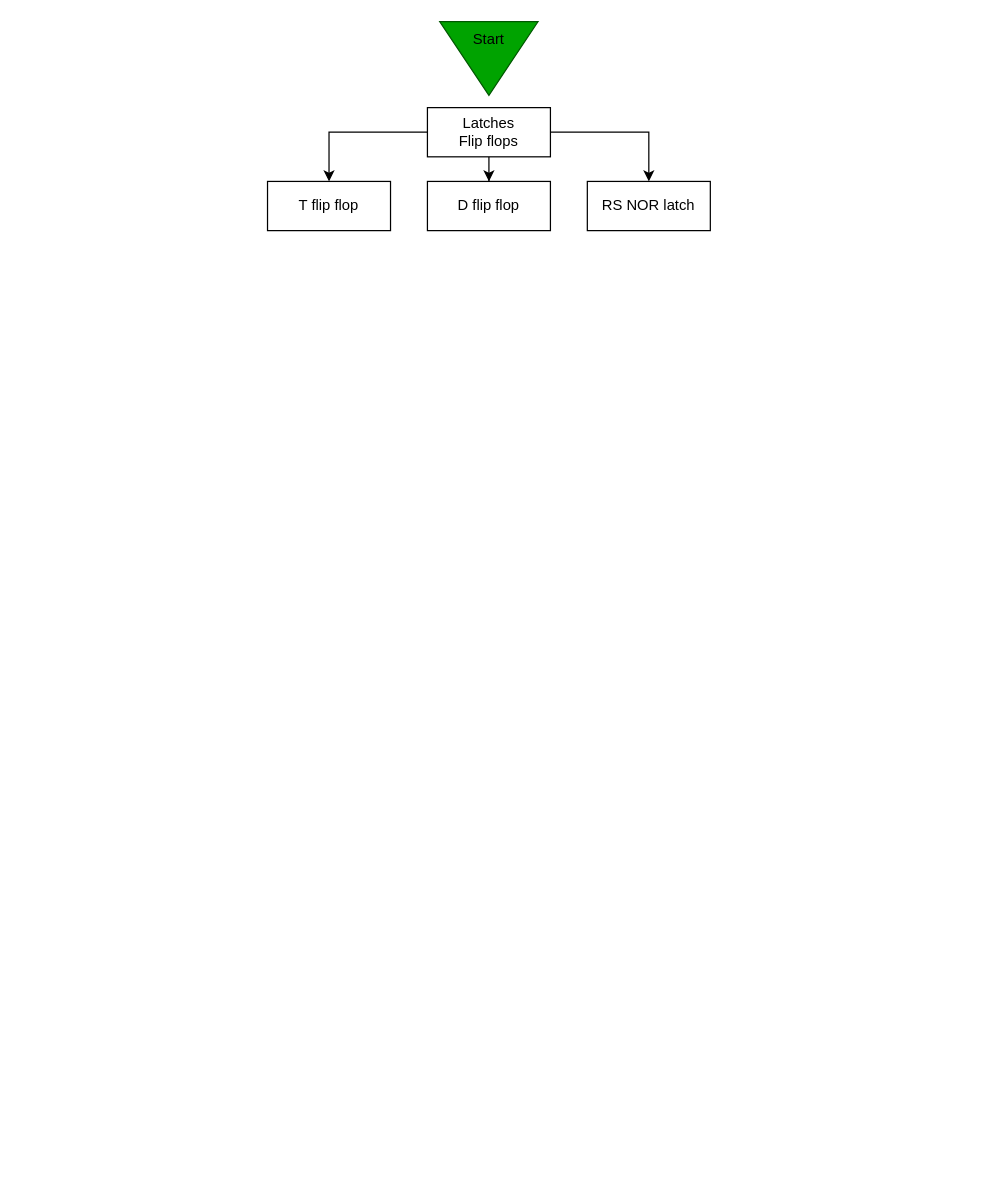
This is page "Latches" (4 of 5) of Lesson Diagram.drawio from Kuggo/UnivOREsity, a draw.io file, before an edit. Source tidied: cells renumbered, new cells numbered last; positions are measured from the earlier drawing's top-left corner, leaving out a move shared by most shapes. Both pictures are drawn from the tidied source at 123%, with x=0, y=0 at pixel (267, 9).
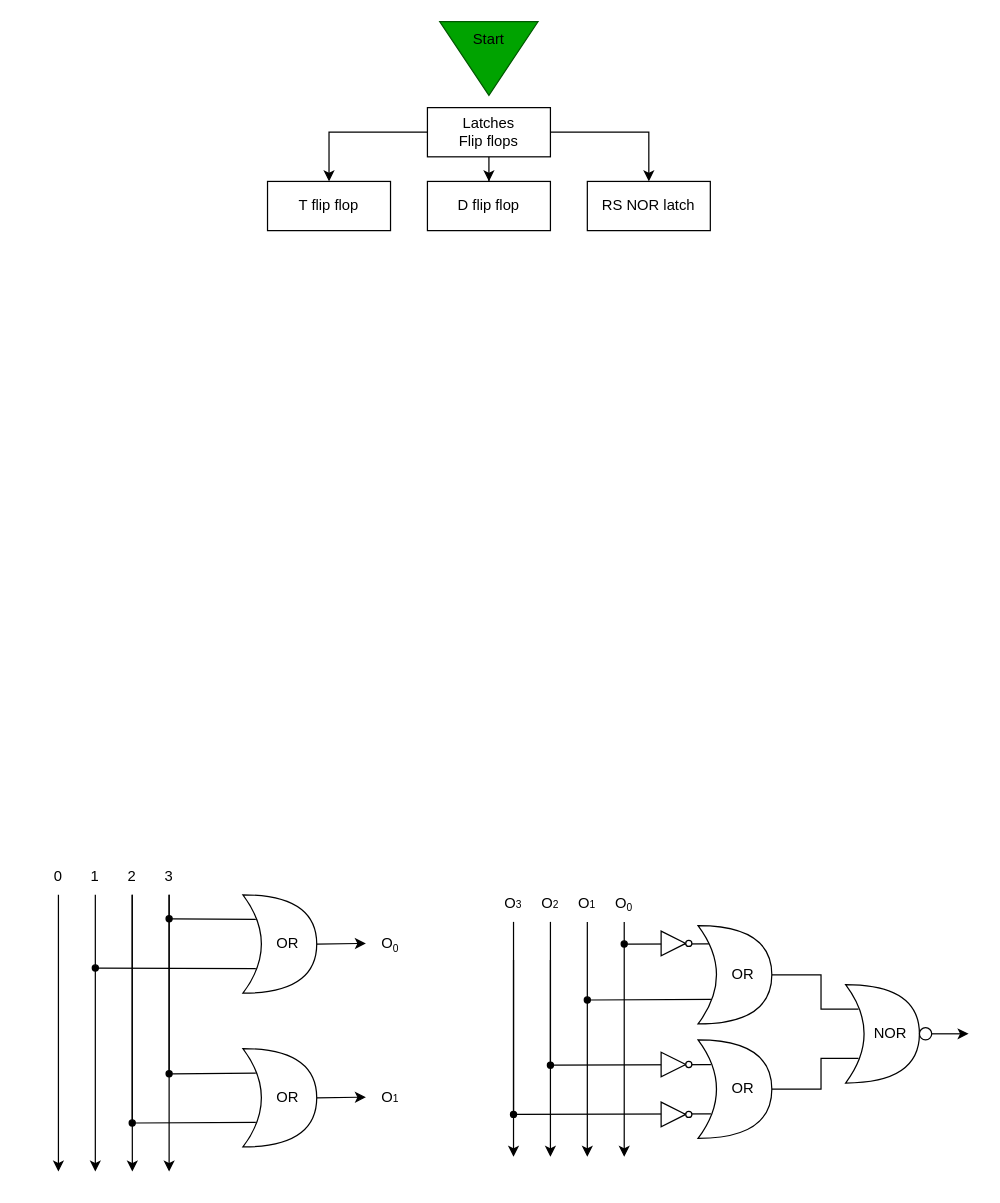
After the change.

Change to the diagram source:
```diff
@@
+    <mxCell id="11" style="edgeStyle=orthogonalEdgeStyle;rounded=0;jettySize=auto;html=1;exitX=1;exitY=0.5;exitDx=0;exitDy=0;exitPerimeter=0;" parent="1" edge="1" source="12">
+      <mxGeometry relative="1" as="geometry">
+        <mxPoint x="80" y="759.5" as="targetPoint" />
+      </mxGeometry>
+    </mxCell>
+    <mxCell id="12" value="&amp;nbsp; &amp;nbsp; OR" style="shape=xor;whiteSpace=wrap;html=1;" parent="1" vertex="1">
+      <mxGeometry x="-20" y="720" width="60" height="80" as="geometry" />
+    </mxCell>
+    <mxCell id="13" style="edgeStyle=orthogonalEdgeStyle;rounded=0;jettySize=auto;html=1;" parent="1" edge="1" source="14">
+      <mxGeometry relative="1" as="geometry">
+        <mxPoint x="-170" y="945" as="targetPoint" />
+      </mxGeometry>
+    </mxCell>
+    <mxCell id="14" value="0" style="text;html=1;strokeColor=none;fillColor=none;align=center;verticalAlign=middle;whiteSpace=wrap;rounded=0;" parent="1" vertex="1">
+      <mxGeometry x="-200" y="690" width="60" height="30" as="geometry" />
+    </mxCell>
+    <mxCell id="15" style="edgeStyle=orthogonalEdgeStyle;rounded=0;jettySize=auto;html=1;startArrow=none;" parent="1" edge="1" source="24">
+      <mxGeometry relative="1" as="geometry">
+        <mxPoint x="-140" y="945" as="targetPoint" />
+      </mxGeometry>
+    </mxCell>
+    <mxCell id="16" value="1" style="text;html=1;strokeColor=none;fillColor=none;align=center;verticalAlign=middle;whiteSpace=wrap;rounded=0;" parent="1" vertex="1">
+      <mxGeometry x="-170" y="690" width="60" height="30" as="geometry" />
+    </mxCell>
+    <mxCell id="17" value="2" style="text;html=1;strokeColor=none;fillColor=none;align=center;verticalAlign=middle;whiteSpace=wrap;rounded=0;" parent="1" vertex="1">
+      <mxGeometry x="-140" y="690" width="60" height="30" as="geometry" />
+    </mxCell>
+    <mxCell id="18" style="edgeStyle=orthogonalEdgeStyle;rounded=0;jettySize=auto;html=1;exitX=0;exitY=1;exitDx=0;exitDy=0;" parent="1" edge="1" source="20">
+      <mxGeometry relative="1" as="geometry">
+        <mxPoint x="-109.9" y="945" as="targetPoint" />
+      </mxGeometry>
+    </mxCell>
+    <mxCell id="19" style="edgeStyle=orthogonalEdgeStyle;rounded=0;jettySize=auto;html=1;" parent="1" edge="1" source="20">
+      <mxGeometry relative="1" as="geometry">
+        <mxPoint x="-80" y="945" as="targetPoint" />
+      </mxGeometry>
+    </mxCell>
+    <mxCell id="20" value="3" style="text;html=1;strokeColor=none;fillColor=none;align=center;verticalAlign=middle;whiteSpace=wrap;rounded=0;" parent="1" vertex="1">
+      <mxGeometry x="-110" y="690" width="60" height="30" as="geometry" />
+    </mxCell>
+    <mxCell id="21" style="edgeStyle=orthogonalEdgeStyle;rounded=0;jettySize=auto;html=1;exitX=1;exitY=0.5;exitDx=0;exitDy=0;exitPerimeter=0;" parent="1" edge="1" source="22">
+      <mxGeometry relative="1" as="geometry">
+        <mxPoint x="80" y="884.5" as="targetPoint" />
+      </mxGeometry>
+    </mxCell>
+    <mxCell id="22" value="&amp;nbsp; &amp;nbsp; OR" style="shape=xor;whiteSpace=wrap;html=1;" parent="1" vertex="1">
+      <mxGeometry x="-20" y="845" width="60" height="80" as="geometry" />
+    </mxCell>
+    <mxCell id="23" style="edgeStyle=orthogonalEdgeStyle;rounded=0;jettySize=auto;html=1;endArrow=none;" parent="1" edge="1" source="16" target="24">
+      <mxGeometry relative="1" as="geometry" />
+    </mxCell>
+    <mxCell id="24" style="ellipse;whiteSpace=wrap;html=1;labelBackgroundColor=none;fillColor=#000000;" parent="1" vertex="1">
+      <mxGeometry x="-142.5" y="777" width="5" height="5" as="geometry" />
+    </mxCell>
+    <mxCell id="25" style="edgeStyle=orthogonalEdgeStyle;rounded=0;jettySize=auto;html=1;entryX=0.175;entryY=0.25;entryDx=0;entryDy=0;entryPerimeter=0;endArrow=none;" parent="1" edge="1" source="20" target="27">
+      <mxGeometry relative="1" as="geometry">
+        <Array as="points">
+          <mxPoint x="-80" y="866" />
+        </Array>
+      </mxGeometry>
+    </mxCell>
+    <mxCell id="26" style="ellipse;whiteSpace=wrap;html=1;fillColor=#000000;" parent="1" vertex="1">
+      <mxGeometry x="-82.5" y="737" width="5" height="5" as="geometry" />
+    </mxCell>
+    <mxCell id="27" style="ellipse;whiteSpace=wrap;html=1;fillColor=#000000;" parent="1" vertex="1">
+      <mxGeometry x="-82.5" y="863" width="5" height="5" as="geometry" />
+    </mxCell>
+    <mxCell id="28" style="edgeStyle=orthogonalEdgeStyle;rounded=0;jettySize=auto;html=1;entryX=0.5;entryY=0;entryDx=0;entryDy=0;endArrow=none;" parent="1" edge="1" source="17" target="29">
+      <mxGeometry relative="1" as="geometry" />
+    </mxCell>
+    <mxCell id="29" style="ellipse;whiteSpace=wrap;html=1;fillColor=#000000;" parent="1" vertex="1">
+      <mxGeometry x="-112.5" y="903" width="5" height="5" as="geometry" />
+    </mxCell>
+    <mxCell id="30" value="O&lt;span style=&quot;font-size: 10px;&quot;&gt;&lt;sub&gt;0&lt;/sub&gt;&lt;/span&gt;" style="text;html=1;strokeColor=none;fillColor=none;align=center;verticalAlign=middle;whiteSpace=wrap;rounded=0;" parent="1" vertex="1">
+      <mxGeometry x="70" y="745" width="60" height="30" as="geometry" />
+    </mxCell>
+    <mxCell id="31" value="O&lt;span style=&quot;font-size: 8.33333px;&quot;&gt;1&lt;/span&gt;" style="text;html=1;strokeColor=none;fillColor=none;align=center;verticalAlign=middle;whiteSpace=wrap;rounded=0;" parent="1" vertex="1">
+      <mxGeometry x="70" y="870" width="60" height="30" as="geometry" />
+    </mxCell>
+    <mxCell id="32" value="&amp;nbsp; &amp;nbsp; NOR" style="shape=xor;whiteSpace=wrap;html=1;" parent="1" vertex="1">
+      <mxGeometry x="470" y="793" width="60" height="80" as="geometry" />
+    </mxCell>
+    <mxCell id="33" style="endArrow=none;html=1;rounded=0;entryX=0.175;entryY=0.75;entryDx=0;entryDy=0;entryPerimeter=0;exitX=1;exitY=0.5;exitDx=0;exitDy=0;exitPerimeter=0;" parent="1" edge="1" source="38" target="32">
+      <mxGeometry relative="1" as="geometry">
+        <Array as="points">
+          <mxPoint x="450" y="878" />
+          <mxPoint x="450" y="853" />
+        </Array>
+      </mxGeometry>
+    </mxCell>
+    <mxCell id="34" style="endArrow=none;html=1;rounded=0;exitX=1;exitY=0.5;exitDx=0;exitDy=0;exitPerimeter=0;entryX=0.175;entryY=0.25;entryDx=0;entryDy=0;entryPerimeter=0;" parent="1" edge="1" source="37" target="32">
+      <mxGeometry relative="1" as="geometry">
+        <Array as="points">
+          <mxPoint x="450" y="785" />
+          <mxPoint x="450" y="813" />
+        </Array>
+      </mxGeometry>
+    </mxCell>
+    <mxCell id="35" style="edgeStyle=orthogonalEdgeStyle;rounded=0;jettySize=auto;html=1;exitX=1;exitY=0.5;exitDx=0;exitDy=0;exitPerimeter=0;startArrow=none;" parent="1" edge="1" source="36">
+      <mxGeometry relative="1" as="geometry">
+        <mxPoint x="570" y="833" as="targetPoint" />
+      </mxGeometry>
+    </mxCell>
+    <mxCell id="36" style="ellipse;whiteSpace=wrap;html=1;" parent="1" vertex="1">
+      <mxGeometry x="530" y="828" width="10" height="10" as="geometry" />
+    </mxCell>
+    <mxCell id="37" value="&amp;nbsp; &amp;nbsp; OR" style="shape=xor;whiteSpace=wrap;html=1;" parent="1" vertex="1">
+      <mxGeometry x="350" y="745" width="60" height="80" as="geometry" />
+    </mxCell>
+    <mxCell id="38" value="&amp;nbsp; &amp;nbsp; OR" style="shape=xor;whiteSpace=wrap;html=1;" parent="1" vertex="1">
+      <mxGeometry x="350" y="838" width="60" height="80" as="geometry" />
+    </mxCell>
+    <mxCell id="39" style="endArrow=none;html=1;rounded=0;exitX=1;exitY=0.5;exitDx=0;exitDy=0;entryX=0.175;entryY=0.25;entryDx=0;entryDy=0;entryPerimeter=0;" parent="1" edge="1" source="26" target="12">
+      <mxGeometry relative="1" as="geometry" />
+    </mxCell>
+    <mxCell id="40" style="endArrow=none;html=1;rounded=0;exitX=1;exitY=0.5;exitDx=0;exitDy=0;entryX=0.175;entryY=0.75;entryDx=0;entryDy=0;entryPerimeter=0;" parent="1" edge="1" source="24" target="12">
+      <mxGeometry relative="1" as="geometry" />
+    </mxCell>
+    <mxCell id="41" style="endArrow=none;html=1;rounded=0;exitX=1;exitY=0.5;exitDx=0;exitDy=0;entryX=0.175;entryY=0.25;entryDx=0;entryDy=0;entryPerimeter=0;" parent="1" edge="1" source="27" target="22">
+      <mxGeometry relative="1" as="geometry" />
+    </mxCell>
+    <mxCell id="42" style="endArrow=none;html=1;rounded=0;exitX=1;exitY=0.5;exitDx=0;exitDy=0;entryX=0.175;entryY=0.75;entryDx=0;entryDy=0;entryPerimeter=0;" parent="1" edge="1" source="29" target="22">
+      <mxGeometry relative="1" as="geometry" />
+    </mxCell>
+    <mxCell id="43" style="edgeStyle=orthogonalEdgeStyle;rounded=0;jettySize=auto;html=1;startArrow=none;exitX=0.5;exitY=1;exitDx=0;exitDy=0;" parent="1" edge="1" source="51">
+      <mxGeometry relative="1" as="geometry">
+        <mxPoint x="290" y="933" as="targetPoint" />
+      </mxGeometry>
+    </mxCell>
+    <mxCell id="44" value="O&lt;span style=&quot;font-size: 10px;&quot;&gt;&lt;sub&gt;0&lt;/sub&gt;&lt;/span&gt;" style="text;html=1;strokeColor=none;fillColor=none;align=center;verticalAlign=middle;whiteSpace=wrap;rounded=0;" parent="1" vertex="1">
+      <mxGeometry x="260" y="712" width="60" height="30" as="geometry" />
+    </mxCell>
+    <mxCell id="45" style="edgeStyle=orthogonalEdgeStyle;rounded=0;jettySize=auto;html=1;startArrow=none;exitX=0.5;exitY=1;exitDx=0;exitDy=0;" parent="1" edge="1" source="53">
+      <mxGeometry relative="1" as="geometry">
+        <mxPoint x="260" y="933" as="targetPoint" />
+      </mxGeometry>
+    </mxCell>
+    <mxCell id="46" value="O&lt;span style=&quot;font-size: 8.33333px;&quot;&gt;1&lt;/span&gt;" style="text;html=1;strokeColor=none;fillColor=none;align=center;verticalAlign=middle;whiteSpace=wrap;rounded=0;" parent="1" vertex="1">
+      <mxGeometry x="230" y="712" width="60" height="30" as="geometry" />
+    </mxCell>
+    <mxCell id="47" style="endArrow=none;html=1;rounded=0;exitX=1;exitY=0.5;exitDx=0;exitDy=0;entryX=0.148;entryY=0.185;entryDx=0;entryDy=0;entryPerimeter=0;startArrow=none;" parent="1" edge="1" source="51" target="37">
+      <mxGeometry relative="1" as="geometry" />
+    </mxCell>
+    <mxCell id="48" value="O&lt;span style=&quot;font-size: 8.33333px;&quot;&gt;2&lt;/span&gt;" style="text;html=1;strokeColor=none;fillColor=none;align=center;verticalAlign=middle;whiteSpace=wrap;rounded=0;" parent="1" vertex="1">
+      <mxGeometry x="200" y="712" width="60" height="30" as="geometry" />
+    </mxCell>
+    <mxCell id="49" value="O&lt;span style=&quot;font-size: 8.33333px;&quot;&gt;3&lt;/span&gt;" style="text;html=1;strokeColor=none;fillColor=none;align=center;verticalAlign=middle;whiteSpace=wrap;rounded=0;" parent="1" vertex="1">
+      <mxGeometry x="170" y="712" width="60" height="30" as="geometry" />
+    </mxCell>
+    <mxCell id="50" style="edgeStyle=orthogonalEdgeStyle;rounded=0;jettySize=auto;html=1;endArrow=none;entryX=0.5;entryY=0;entryDx=0;entryDy=0;" parent="1" edge="1" target="51">
+      <mxGeometry relative="1" as="geometry">
+        <mxPoint x="290" y="742" as="sourcePoint" />
+      </mxGeometry>
+    </mxCell>
+    <mxCell id="51" style="ellipse;whiteSpace=wrap;html=1;fillColor=#000000;" parent="1" vertex="1">
+      <mxGeometry x="287.5" y="757.5" width="5" height="5" as="geometry" />
+    </mxCell>
+    <mxCell id="52" style="edgeStyle=orthogonalEdgeStyle;rounded=0;jettySize=auto;html=1;endArrow=none;entryX=0.5;entryY=0;entryDx=0;entryDy=0;" parent="1" edge="1" source="46" target="53">
+      <mxGeometry relative="1" as="geometry">
+        <Array as="points">
+          <mxPoint x="260" y="753" />
+          <mxPoint x="260" y="753" />
+        </Array>
+      </mxGeometry>
+    </mxCell>
+    <mxCell id="53" style="ellipse;whiteSpace=wrap;html=1;fillColor=#000000;" parent="1" vertex="1">
+      <mxGeometry x="257.5" y="803" width="5" height="5" as="geometry" />
+    </mxCell>
+    <mxCell id="54" style="edgeStyle=orthogonalEdgeStyle;rounded=0;jettySize=auto;html=1;startArrow=none;exitX=0.5;exitY=1;exitDx=0;exitDy=0;" parent="1" edge="1" source="56">
+      <mxGeometry relative="1" as="geometry">
+        <mxPoint x="230" y="933" as="targetPoint" />
+        <Array as="points">
+          <mxPoint x="230" y="773" />
+          <mxPoint x="230" y="773" />
+        </Array>
+      </mxGeometry>
+    </mxCell>
+    <mxCell id="55" style="edgeStyle=orthogonalEdgeStyle;rounded=0;jettySize=auto;html=1;endArrow=none;entryX=0.5;entryY=0;entryDx=0;entryDy=0;" parent="1" edge="1" target="56">
+      <mxGeometry relative="1" as="geometry">
+        <mxPoint x="230" y="742" as="sourcePoint" />
+        <Array as="points">
+          <mxPoint x="230" y="753" />
+          <mxPoint x="230" y="753" />
+        </Array>
+      </mxGeometry>
+    </mxCell>
+    <mxCell id="56" style="ellipse;whiteSpace=wrap;html=1;fillColor=#000000;" parent="1" vertex="1">
+      <mxGeometry x="227.5" y="856" width="5" height="5" as="geometry" />
+    </mxCell>
+    <mxCell id="57" style="edgeStyle=orthogonalEdgeStyle;rounded=0;jettySize=auto;html=1;startArrow=none;exitX=0.5;exitY=1;exitDx=0;exitDy=0;" parent="1" edge="1" source="59">
+      <mxGeometry relative="1" as="geometry">
+        <mxPoint x="200" y="933" as="targetPoint" />
+        <Array as="points">
+          <mxPoint x="200" y="773" />
+          <mxPoint x="200" y="773" />
+        </Array>
+      </mxGeometry>
+    </mxCell>
+    <mxCell id="58" style="edgeStyle=orthogonalEdgeStyle;rounded=0;jettySize=auto;html=1;endArrow=none;entryX=0.5;entryY=0;entryDx=0;entryDy=0;" parent="1" edge="1" target="59">
+      <mxGeometry relative="1" as="geometry">
+        <mxPoint x="200" y="742" as="sourcePoint" />
+        <Array as="points">
+          <mxPoint x="200" y="753" />
+          <mxPoint x="200" y="753" />
+        </Array>
+      </mxGeometry>
+    </mxCell>
+    <mxCell id="59" style="ellipse;whiteSpace=wrap;html=1;fillColor=#000000;" parent="1" vertex="1">
+      <mxGeometry x="197.5" y="896" width="5" height="5" as="geometry" />
+    </mxCell>
+    <mxCell id="60" style="endArrow=none;html=1;rounded=0;exitX=1;exitY=0.5;exitDx=0;exitDy=0;startArrow=none;entryX=0.175;entryY=0.75;entryDx=0;entryDy=0;entryPerimeter=0;" parent="1" edge="1" source="53" target="37">
+      <mxGeometry relative="1" as="geometry" />
+    </mxCell>
+    <mxCell id="61" style="endArrow=none;html=1;rounded=0;exitX=1;exitY=0.5;exitDx=0;exitDy=0;startArrow=none;entryX=0.175;entryY=0.25;entryDx=0;entryDy=0;entryPerimeter=0;" parent="1" edge="1" source="56" target="38">
+      <mxGeometry relative="1" as="geometry" />
+    </mxCell>
+    <mxCell id="62" style="endArrow=none;html=1;rounded=0;exitX=1;exitY=0.5;exitDx=0;exitDy=0;startArrow=none;entryX=0.175;entryY=0.75;entryDx=0;entryDy=0;entryPerimeter=0;" parent="1" edge="1" source="59" target="38">
+      <mxGeometry relative="1" as="geometry" />
+    </mxCell>
+    <mxCell id="63" value="&lt;p style=&quot;line-height: 120%;&quot;&gt;&lt;br&gt;&lt;/p&gt;" style="triangle;whiteSpace=wrap;html=1;align=center;" parent="1" vertex="1">
+      <mxGeometry x="320" y="888.5" width="20" height="20" as="geometry" />
+    </mxCell>
+    <mxCell id="64" style="ellipse;whiteSpace=wrap;html=1;" parent="1" vertex="1">
+      <mxGeometry x="340" y="896" width="5" height="5" as="geometry" />
+    </mxCell>
+    <mxCell id="65" value="&lt;p style=&quot;line-height: 120%;&quot;&gt;&lt;br&gt;&lt;/p&gt;" style="triangle;whiteSpace=wrap;html=1;align=center;" parent="1" vertex="1">
+      <mxGeometry x="320" y="749.5" width="20" height="20" as="geometry" />
+    </mxCell>
+    <mxCell id="66" style="ellipse;whiteSpace=wrap;html=1;" parent="1" vertex="1">
+      <mxGeometry x="340" y="757" width="5" height="5" as="geometry" />
+    </mxCell>
+    <mxCell id="67" value="&lt;p style=&quot;line-height: 120%;&quot;&gt;&lt;br&gt;&lt;/p&gt;" style="triangle;whiteSpace=wrap;html=1;align=center;" parent="1" vertex="1">
+      <mxGeometry x="320" y="848" width="20" height="20" as="geometry" />
+    </mxCell>
+    <mxCell id="68" style="ellipse;whiteSpace=wrap;html=1;" parent="1" vertex="1">
+      <mxGeometry x="340" y="855.5" width="5" height="5" as="geometry" />
+    </mxCell>
```
